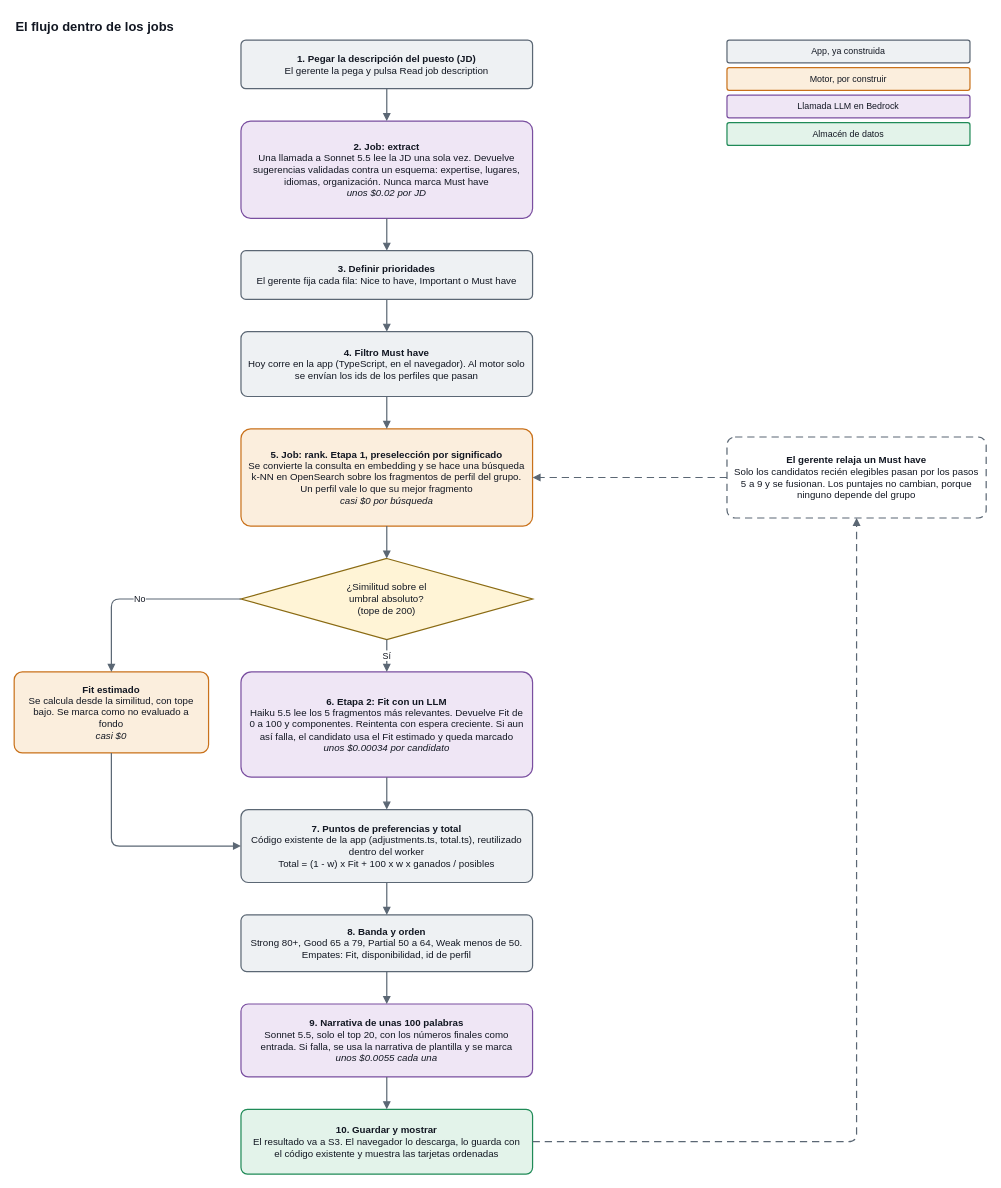
The draw.io diagram loop8/docs/architecture/diagrams/flow.es.drawio in benjiholzman/mavenscout, before the edit. Source tidied: cells renumbered, new cells numbered last; positions are measured from the earlier drawing's top-left corner, leaving out a move shared by most shapes. Both pictures are drawn from the tidied source at 81%, with x=0, y=0 at pixel (14, 14).
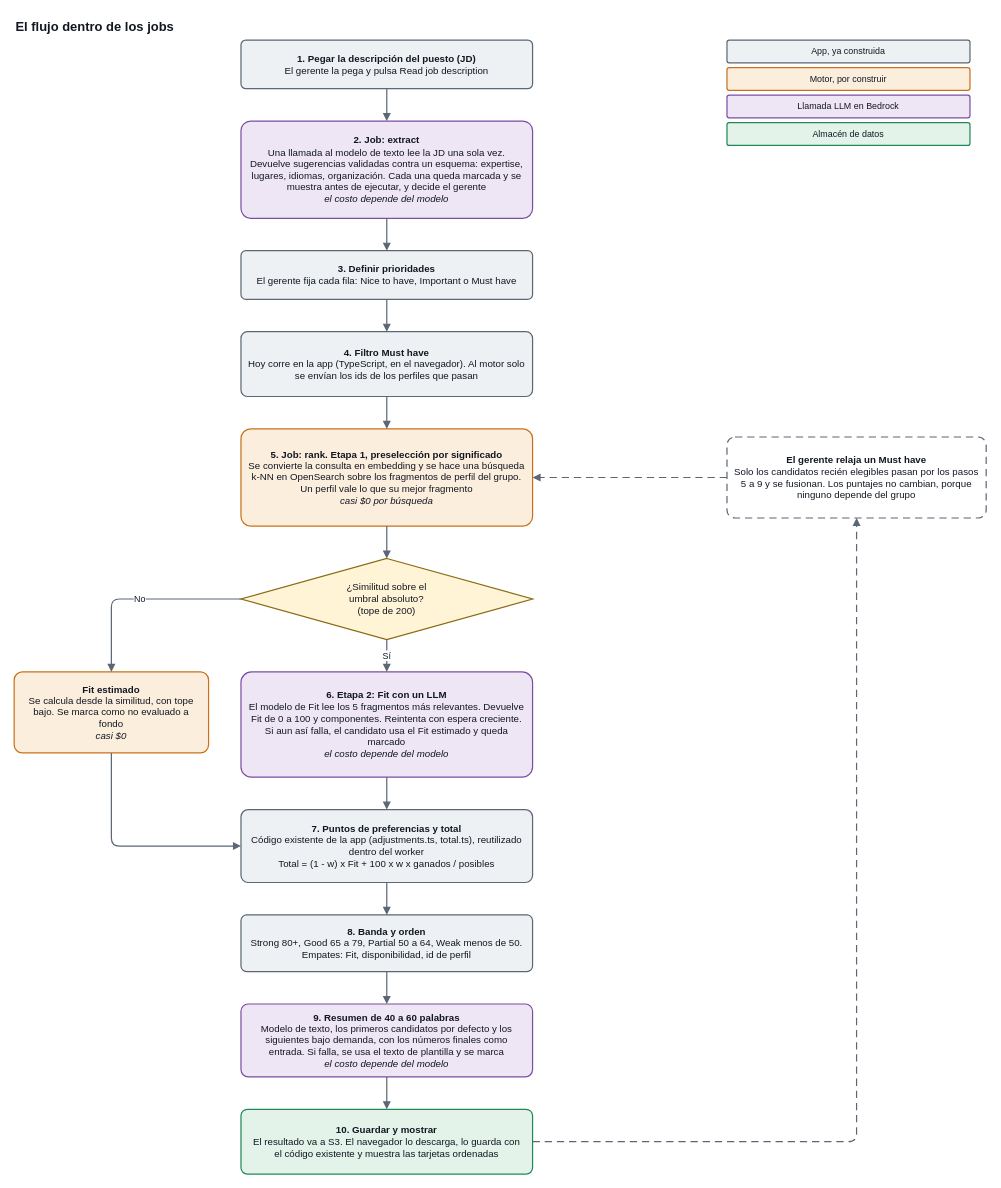
After the change.

What changed in the source:
```diff
@@
-    <mxCell id="8" value="&lt;b&gt;2. Job: extract&lt;/b&gt;&lt;br&gt;Una llamada a Sonnet 5.5 lee la JD una sola vez. Devuelve sugerencias validadas contra un esquema: expertise, lugares, idiomas, organización. Nunca marca Must have&lt;br&gt;&lt;i&gt;unos $0.02 por JD&lt;/i&gt;" style="rounded=1;arcSize=10;whiteSpace=wrap;html=1;fillColor=#efe6f5;strokeColor=#7a4fa0;fontColor=#121722;fontSize=12;strokeWidth=1.5;align=center;verticalAlign=middle;spacingLeft=8;spacingRight=8;" parent="1" vertex="1">
+    <mxCell id="8" value="&lt;b&gt;2. Job: extract&lt;/b&gt;&lt;br&gt;Una llamada al modelo de texto lee la JD una sola vez. Devuelve sugerencias validadas contra un esquema: expertise, lugares, idiomas, organización. Cada una queda marcada y se muestra antes de ejecutar, y decide el gerente&lt;br&gt;&lt;i&gt;el costo depende del modelo&lt;/i&gt;" style="rounded=1;arcSize=10;whiteSpace=wrap;html=1;fillColor=#efe6f5;strokeColor=#7a4fa0;fontColor=#121722;fontSize=12;strokeWidth=1.5;align=center;verticalAlign=middle;spacingLeft=8;spacingRight=8;" parent="1" vertex="1">
       <mxGeometry x="280" y="132" width="360" height="120" as="geometry" />
     </mxCell>
@@
-    <mxCell id="13" value="&lt;b&gt;6. Etapa 2: Fit con un LLM&lt;/b&gt;&lt;br&gt;Haiku 5.5 lee los 5 fragmentos más relevantes. Devuelve Fit de 0 a 100 y componentes. Reintenta con espera creciente. Si aun así falla, el candidato usa el Fit estimado y queda marcado&lt;br&gt;&lt;i&gt;unos $0.00034 por candidato&lt;/i&gt;" style="rounded=1;arcSize=10;whiteSpace=wrap;html=1;fillColor=#efe6f5;strokeColor=#7a4fa0;fontColor=#121722;fontSize=12;strokeWidth=1.5;align=center;verticalAlign=middle;spacingLeft=8;spacingRight=8;" parent="1" vertex="1">
+    <mxCell id="13" value="&lt;b&gt;6. Etapa 2: Fit con un LLM&lt;/b&gt;&lt;br&gt;El modelo de Fit lee los 5 fragmentos más relevantes. Devuelve Fit de 0 a 100 y componentes. Reintenta con espera creciente. Si aun así falla, el candidato usa el Fit estimado y queda marcado&lt;br&gt;&lt;i&gt;el costo depende del modelo&lt;/i&gt;" style="rounded=1;arcSize=10;whiteSpace=wrap;html=1;fillColor=#efe6f5;strokeColor=#7a4fa0;fontColor=#121722;fontSize=12;strokeWidth=1.5;align=center;verticalAlign=middle;spacingLeft=8;spacingRight=8;" parent="1" vertex="1">
       <mxGeometry x="280" y="812" width="360" height="130" as="geometry" />
     </mxCell>
@@
-    <mxCell id="17" value="&lt;b&gt;9. Narrativa de unas 100 palabras&lt;/b&gt;&lt;br&gt;Sonnet 5.5, solo el top 20, con los números finales como entrada. Si falla, se usa la narrativa de plantilla y se marca&lt;br&gt;&lt;i&gt;unos $0.0055 cada una&lt;/i&gt;" style="rounded=1;arcSize=10;whiteSpace=wrap;html=1;fillColor=#efe6f5;strokeColor=#7a4fa0;fontColor=#121722;fontSize=12;strokeWidth=1.5;align=center;verticalAlign=middle;spacingLeft=8;spacingRight=8;" parent="1" vertex="1">
+    <mxCell id="17" value="&lt;b&gt;9. Resumen de 40 a 60 palabras&lt;/b&gt;&lt;br&gt;Modelo de texto, los primeros candidatos por defecto y los siguientes bajo demanda, con los números finales como entrada. Si falla, se usa el texto de plantilla y se marca&lt;br&gt;&lt;i&gt;el costo depende del modelo&lt;/i&gt;" style="rounded=1;arcSize=10;whiteSpace=wrap;html=1;fillColor=#efe6f5;strokeColor=#7a4fa0;fontColor=#121722;fontSize=12;strokeWidth=1.5;align=center;verticalAlign=middle;spacingLeft=8;spacingRight=8;" parent="1" vertex="1">
       <mxGeometry x="280" y="1222" width="360" height="90" as="geometry" />
     </mxCell>
```
